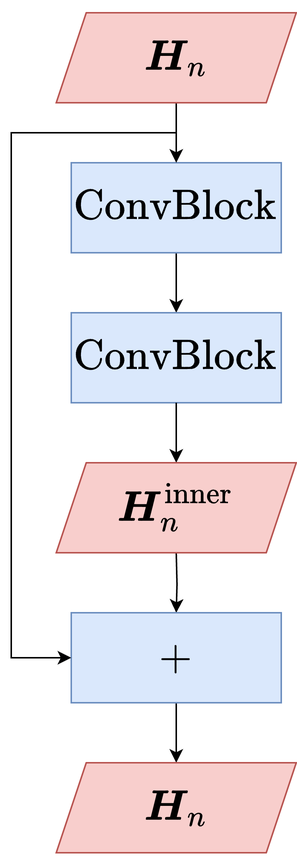
kyushusouth/master_thesis keeps this draw.io diagram as figure/sec4/model_2/post_resblock.drawio.png. Above is the earlier version. Source tidied: cells renumbered, new cells last; positions are measured from the earlier drawing's top-left corner, leaving out a move shared by most shapes. Its diagram source:
```xml
<mxGraphModel math="1">
  <root>
    <mxCell id="0" />
    <mxCell id="1" parent="0" />
    <mxCell id="2" style="edgeStyle=orthogonalEdgeStyle;rounded=0;jettySize=auto;html=1;" parent="1" edge="1" source="3" target="5">
      <mxGeometry relative="1" as="geometry" />
    </mxCell>
    <mxCell id="3" value="$$\text{ConvBlock}$$" style="rounded=0;whiteSpace=wrap;html=1;fontSize=24;fillColor=#dae8fc;strokeColor=#6c8ebf;" parent="1" vertex="1">
      <mxGeometry x="40" y="100" width="140" height="60" as="geometry" />
    </mxCell>
    <mxCell id="4" style="edgeStyle=orthogonalEdgeStyle;rounded=0;jettySize=auto;html=1;exitX=0.5;exitY=1;exitDx=0;exitDy=0;" parent="1" edge="1" target="7">
      <mxGeometry relative="1" as="geometry">
        <mxPoint x="110" y="360" as="sourcePoint" />
      </mxGeometry>
    </mxCell>
    <mxCell id="5" value="$$\text{ConvBlock}$$" style="rounded=0;whiteSpace=wrap;html=1;fontSize=24;fillColor=#dae8fc;strokeColor=#6c8ebf;" parent="1" vertex="1">
      <mxGeometry x="40" y="200" width="140" height="60" as="geometry" />
    </mxCell>
    <mxCell id="6" style="edgeStyle=orthogonalEdgeStyle;rounded=0;jettySize=auto;html=1;exitX=0.5;exitY=1;exitDx=0;exitDy=0;entryX=0.5;entryY=0;entryDx=0;entryDy=0;" parent="1" edge="1" source="7">
      <mxGeometry relative="1" as="geometry">
        <mxPoint x="110" y="500" as="targetPoint" />
      </mxGeometry>
    </mxCell>
    <mxCell id="7" value="$$+$$" style="rounded=0;whiteSpace=wrap;html=1;fontSize=24;fillColor=#dae8fc;strokeColor=#6c8ebf;" parent="1" vertex="1">
      <mxGeometry x="40" y="400" width="140" height="60" as="geometry" />
    </mxCell>
    <mxCell id="8" style="endArrow=classic;html=1;rounded=0;entryX=0.5;entryY=0;entryDx=0;entryDy=0;" parent="1" edge="1" target="3">
      <mxGeometry relative="1" as="geometry">
        <mxPoint x="110" y="60" as="sourcePoint" />
      </mxGeometry>
    </mxCell>
    <mxCell id="9" value="$$\boldsymbol{H}_{n}$$" style="shape=parallelogram;perimeter=parallelogramPerimeter;whiteSpace=wrap;html=1;fixedSize=1;fontSize=24;fillColor=#f8cecc;strokeColor=#b85450;" parent="1" vertex="1">
      <mxGeometry x="30" width="160" height="60" as="geometry" />
    </mxCell>
    <mxCell id="10" style="edgeStyle=orthogonalEdgeStyle;rounded=0;jettySize=auto;html=1;exitX=0.5;exitY=1;exitDx=0;exitDy=0;" parent="1" edge="1" source="5">
      <mxGeometry relative="1" as="geometry">
        <mxPoint x="110" y="300" as="targetPoint" />
      </mxGeometry>
    </mxCell>
    <mxCell id="11" value="$$\boldsymbol{H}_{n}^{\text{inner}}$$" style="shape=parallelogram;perimeter=parallelogramPerimeter;whiteSpace=wrap;html=1;fixedSize=1;fontSize=24;fillColor=#f8cecc;strokeColor=#b85450;" parent="1" vertex="1">
      <mxGeometry x="30" y="300" width="160" height="60" as="geometry" />
    </mxCell>
    <mxCell id="12" value="$$\boldsymbol{H}_{n}$$" style="shape=parallelogram;perimeter=parallelogramPerimeter;whiteSpace=wrap;html=1;fixedSize=1;fontSize=24;fillColor=#f8cecc;strokeColor=#b85450;" parent="1" vertex="1">
      <mxGeometry x="30" y="500" width="160" height="60" as="geometry" />
    </mxCell>
    <mxCell id="13" style="endArrow=classic;html=1;rounded=0;entryX=0;entryY=0.5;entryDx=0;entryDy=0;" parent="1" edge="1" target="7">
      <mxGeometry relative="1" as="geometry">
        <mxPoint x="110" y="80" as="sourcePoint" />
        <Array as="points">
          <mxPoint y="80" />
          <mxPoint y="430" />
        </Array>
      </mxGeometry>
    </mxCell>
  </root>
</mxGraphModel>
```
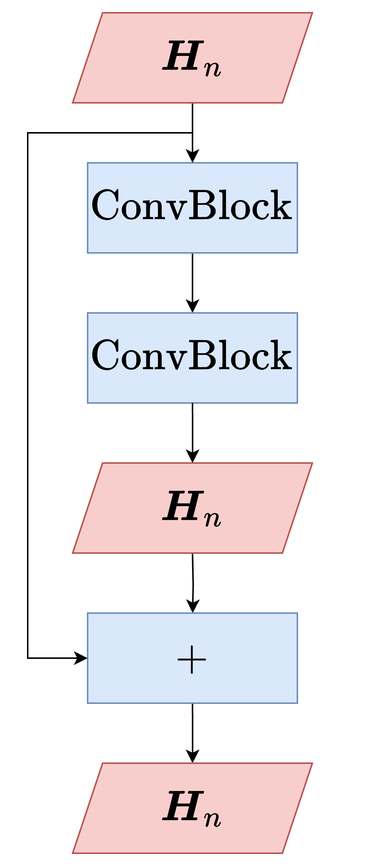
After the commit.

What changed in the source:
```diff
@@ -37,7 +37,7 @@
         <mxPoint x="110" y="300" as="targetPoint" />
       </mxGeometry>
     </mxCell>
-    <mxCell id="11" value="$$\boldsymbol{H}_{n}^{\text{inner}}$$" style="shape=parallelogram;perimeter=parallelogramPerimeter;whiteSpace=wrap;html=1;fixedSize=1;fontSize=24;fillColor=#f8cecc;strokeColor=#b85450;" parent="1" vertex="1">
+    <mxCell id="11" value="$$\boldsymbol{H}_{n}$$" style="shape=parallelogram;perimeter=parallelogramPerimeter;whiteSpace=wrap;html=1;fixedSize=1;fontSize=24;fillColor=#f8cecc;strokeColor=#b85450;" parent="1" vertex="1">
       <mxGeometry x="30" y="300" width="160" height="60" as="geometry" />
     </mxCell>
     <mxCell id="12" value="$$\boldsymbol{H}_{n}$$" style="shape=parallelogram;perimeter=parallelogramPerimeter;whiteSpace=wrap;html=1;fixedSize=1;fontSize=24;fillColor=#f8cecc;strokeColor=#b85450;" parent="1" vertex="1">
```
